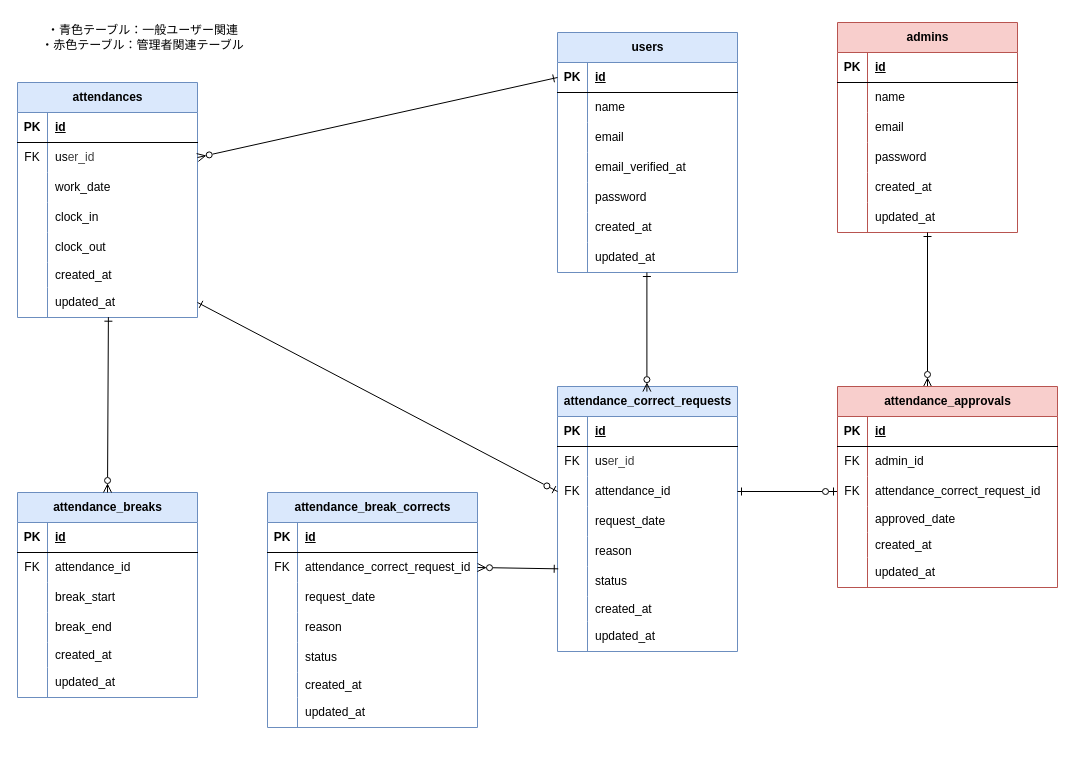
This is attendance-management-app.dio from ai2525desu/attendance-management-app, a draw.io file, before an edit. Source tidied: cells renumbered, new cells numbered last; positions are measured from the earlier drawing's top-left corner, leaving out a move shared by most shapes. Both pictures are drawn from the tidied source at 100%, with x=0, y=0 at pixel (17, 17).
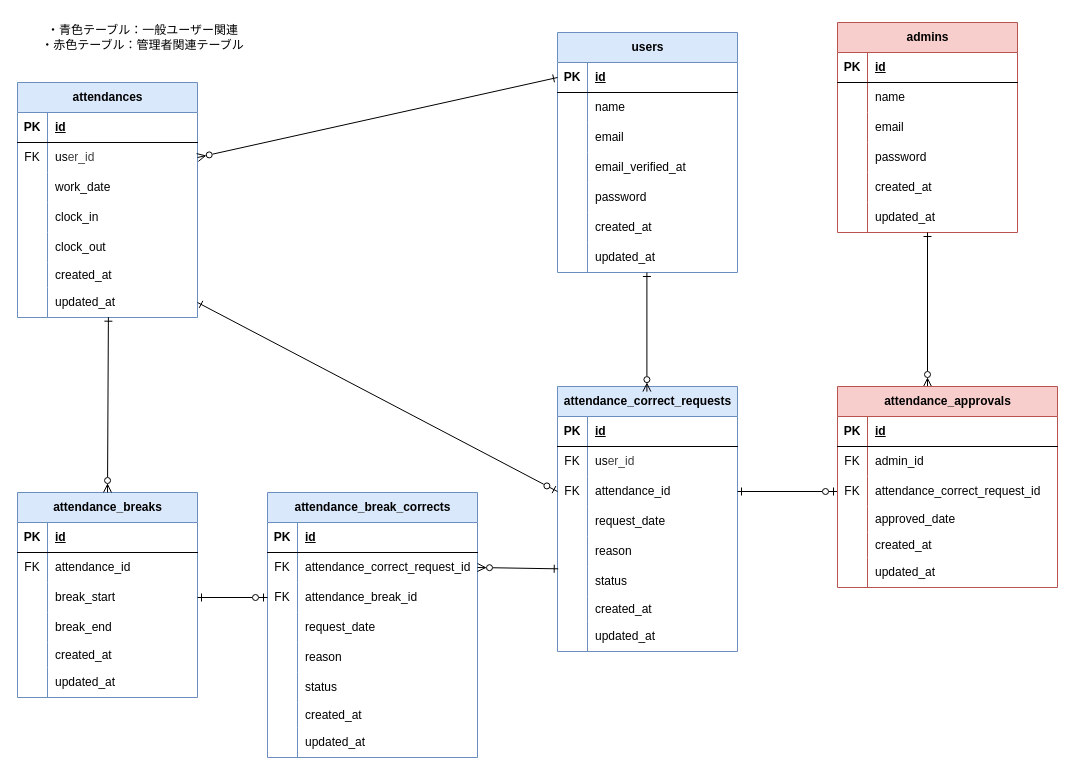
Above is the later version.

Commit message:
マイグレーションファイル修正のためER図修正

The change refers to these unchanged cells:
```xml
<mxCell id="72" style="shape=tableRow;horizontal=0;startSize=0;swimlaneHead=0;swimlaneBody=0;fillColor=none;points=[[0,0.5],[1,0.5]];portConstraint=eastwest;top=0;left=0;right=0;bottom=0;" parent="65" vertex="1">
  <mxGeometry y="90" width="180" height="30" as="geometry" />
</mxCell>
```

Change to the diagram source:
```diff
@@
     <mxCell id="135" value="attendance_break_corrects" style="shape=table;startSize=30;childLayout=tableLayout;rowLines=0;fontStyle=1;align=center;html=1;fillColor=#dae8fc;strokeColor=#6c8ebf;" parent="1" vertex="1">
-      <mxGeometry x="250" y="475" width="210" height="235" as="geometry" />
+      <mxGeometry x="250" y="475" width="210" height="265" as="geometry" />
     </mxCell>
@@
+    <mxCell id="158" style="shape=tableRow;horizontal=0;startSize=0;swimlaneHead=0;swimlaneBody=0;fillColor=none;points=[[0,0.5],[1,0.5]];portConstraint=eastwest;top=0;left=0;right=0;bottom=0;" parent="135" vertex="1">
+      <mxGeometry y="90" width="210" height="30" as="geometry" />
+    </mxCell>
+    <mxCell id="159" value="FK" style="shape=partialRectangle;fillColor=none;top=0;left=0;bottom=0;right=0;overflow=hidden;whiteSpace=wrap;html=1;" parent="158" vertex="1">
+      <mxGeometry width="30" height="30" as="geometry" />
+    </mxCell>
+    <mxCell id="160" value="&lt;span style=&quot;color: rgb(0, 0, 0); text-align: center; text-wrap-mode: nowrap;&quot;&gt;attendance_break&lt;/span&gt;_id" style="shape=partialRectangle;fillColor=none;top=0;left=0;bottom=0;right=0;align=left;spacingLeft=6;overflow=hidden;whiteSpace=wrap;html=1;" parent="158" vertex="1">
+      <mxGeometry x="30" width="180" height="30" as="geometry" />
+    </mxCell>
     <mxCell id="142" style="shape=tableRow;horizontal=0;startSize=0;swimlaneHead=0;swimlaneBody=0;fillColor=none;top=0;left=0;right=0;bottom=0;" parent="135" vertex="1">
-      <mxGeometry y="90" width="210" height="30" as="geometry" />
+      <mxGeometry y="120" width="210" height="30" as="geometry" />
     </mxCell>
@@
     <mxCell id="145" style="shape=tableRow;horizontal=0;startSize=0;swimlaneHead=0;swimlaneBody=0;fillColor=none;top=0;left=0;right=0;bottom=0;" parent="135" vertex="1">
-      <mxGeometry y="120" width="210" height="30" as="geometry" />
+      <mxGeometry y="150" width="210" height="30" as="geometry" />
     </mxCell>
@@
     <mxCell id="148" style="shape=tableRow;horizontal=0;startSize=0;swimlaneHead=0;swimlaneBody=0;fillColor=none;top=0;left=0;right=0;bottom=0;" parent="135" vertex="1">
-      <mxGeometry y="150" width="210" height="30" as="geometry" />
+      <mxGeometry y="180" width="210" height="30" as="geometry" />
     </mxCell>
@@
     <mxCell id="151" style="shape=tableRow;horizontal=0;startSize=0;swimlaneHead=0;swimlaneBody=0;fillColor=none;top=0;left=0;right=0;bottom=0;" parent="135" vertex="1">
-      <mxGeometry y="180" width="210" height="25" as="geometry" />
+      <mxGeometry y="210" width="210" height="25" as="geometry" />
     </mxCell>
@@
     <mxCell id="154" style="shape=tableRow;horizontal=0;startSize=0;swimlaneHead=0;swimlaneBody=0;fillColor=none;top=0;left=0;right=0;bottom=0;" parent="135" vertex="1">
-      <mxGeometry y="205" width="210" height="30" as="geometry" />
+      <mxGeometry y="235" width="210" height="30" as="geometry" />
     </mxCell>
@@
+    <mxCell id="161" style="edgeStyle=none;html=1;exitX=1;exitY=0.5;exitDx=0;exitDy=0;entryX=0;entryY=0.5;entryDx=0;entryDy=0;endArrow=ERzeroToOne;endFill=0;startArrow=ERone;startFill=0;" parent="1" edge="1" source="72" target="158">
+      <mxGeometry relative="1" as="geometry" />
+    </mxCell>
```
